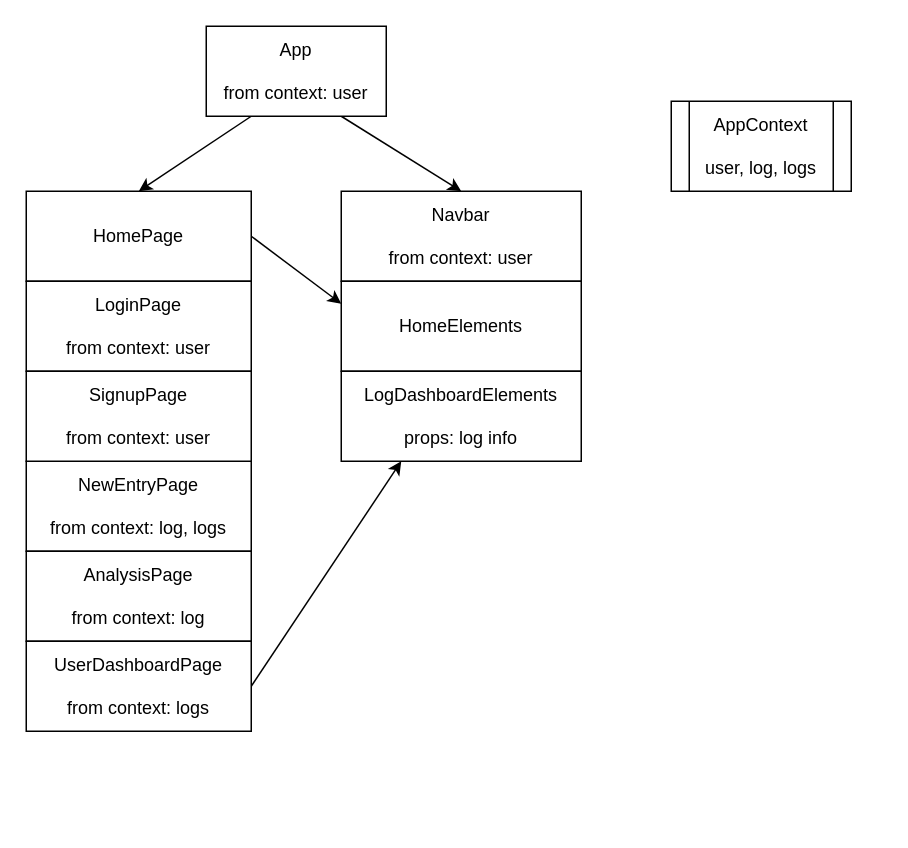
arnquic/mental_state_frontend keeps this draw.io diagram as planningStuff/FrontendComponents.dio. Above is the earlier version. Source tidied: cells renumbered, new cells numbered last; positions are measured from the earlier drawing's top-left corner, leaving out a move shared by most shapes. Both pictures are drawn from the tidied source at 150%, with x=0, y=0 at pixel (26, 26).
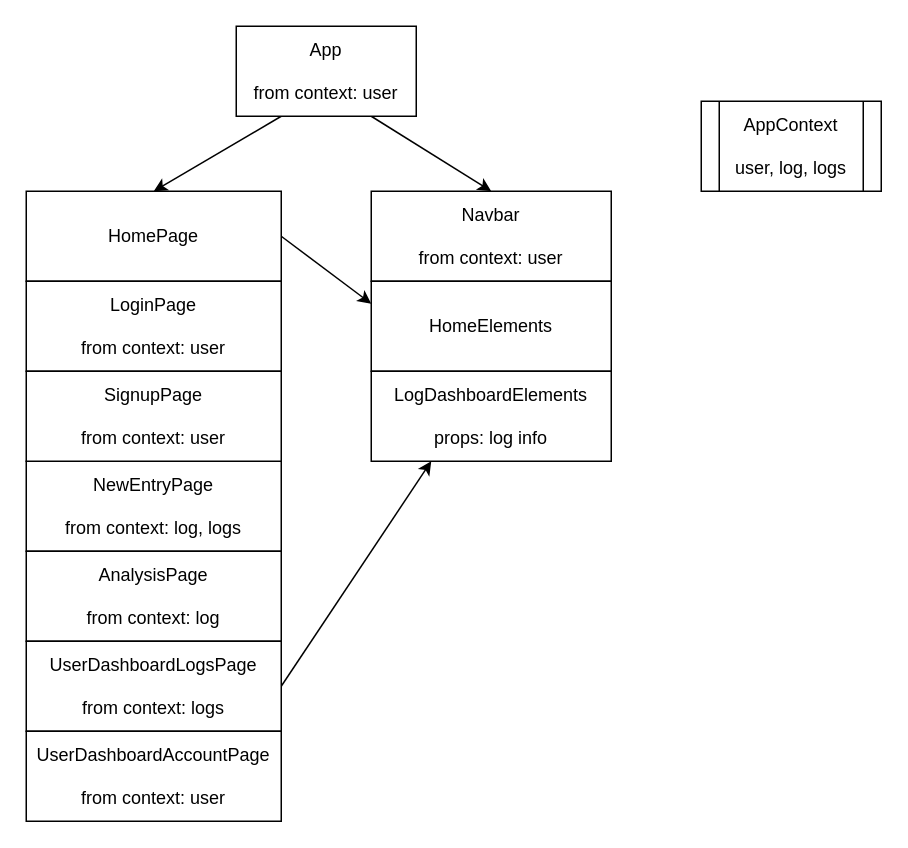
Above is the later version.

Commit message:
Updated 'FrontendComponents.dio' to include the user account page that was added into the wireframes.

Diff of the diagram source:
```diff
@@
 <mxGraphModel>
   <root>
     <mxCell id="0" />
     <mxCell id="1" parent="0" />
     <mxCell id="2" style="edgeStyle=none;html=1;exitX=0.75;exitY=1;exitDx=0;exitDy=0;entryX=0.5;entryY=0;entryDx=0;entryDy=0;" parent="1" edge="1" source="4" target="5">
       <mxGeometry relative="1" as="geometry" />
     </mxCell>
     <mxCell id="3" style="edgeStyle=none;html=1;exitX=0.25;exitY=1;exitDx=0;exitDy=0;entryX=0.5;entryY=0;entryDx=0;entryDy=0;" parent="1" edge="1" source="4" target="7">
       <mxGeometry relative="1" as="geometry" />
     </mxCell>
     <mxCell id="4" value="App&lt;br&gt;&lt;br&gt;from context: user" style="rounded=0;whiteSpace=wrap;html=1;" parent="1" vertex="1">
-      <mxGeometry x="120" width="120" height="60" as="geometry" />
+      <mxGeometry x="140" width="120" height="60" as="geometry" />
     </mxCell>
     <mxCell id="5" value="Navbar&lt;br&gt;&lt;br&gt;from context: user" style="rounded=0;whiteSpace=wrap;html=1;" parent="1" vertex="1">
-      <mxGeometry x="210" y="110" width="160" height="60" as="geometry" />
+      <mxGeometry x="230" y="110" width="160" height="60" as="geometry" />
     </mxCell>
     <mxCell id="6" style="edgeStyle=none;html=1;exitX=1;exitY=0.5;exitDx=0;exitDy=0;entryX=0;entryY=0.25;entryDx=0;entryDy=0;" parent="1" edge="1" source="7" target="13">
       <mxGeometry relative="1" as="geometry" />
     </mxCell>
     <mxCell id="7" value="HomePage" style="rounded=0;whiteSpace=wrap;html=1;" parent="1" vertex="1">
-      <mxGeometry y="110" width="150" height="60" as="geometry" />
+      <mxGeometry y="110" width="170" height="60" as="geometry" />
     </mxCell>
     <mxCell id="8" value="NewEntryPage&lt;br&gt;&lt;br&gt;from context: log, logs" style="rounded=0;whiteSpace=wrap;html=1;" parent="1" vertex="1">
-      <mxGeometry y="290" width="150" height="60" as="geometry" />
+      <mxGeometry y="290" width="170" height="60" as="geometry" />
     </mxCell>
     <mxCell id="9" value="AnalysisPage&lt;br&gt;&lt;br&gt;from context: log" style="rounded=0;whiteSpace=wrap;html=1;" parent="1" vertex="1">
-      <mxGeometry y="350" width="150" height="60" as="geometry" />
+      <mxGeometry y="350" width="170" height="60" as="geometry" />
     </mxCell>
     <mxCell id="10" style="edgeStyle=none;html=1;exitX=1;exitY=0.5;exitDx=0;exitDy=0;entryX=0.25;entryY=1;entryDx=0;entryDy=0;" parent="1" edge="1" source="11" target="16">
       <mxGeometry relative="1" as="geometry" />
     </mxCell>
-    <mxCell id="11" value="UserDashboardPage&lt;br&gt;&lt;br&gt;from context: logs" style="rounded=0;whiteSpace=wrap;html=1;" parent="1" vertex="1">
-      <mxGeometry y="410" width="150" height="60" as="geometry" />
+    <mxCell id="11" value="UserDashboardLogsPage&lt;br&gt;&lt;br&gt;from context: logs" style="rounded=0;whiteSpace=wrap;html=1;" parent="1" vertex="1">
+      <mxGeometry y="410" width="170" height="60" as="geometry" />
     </mxCell>
     <mxCell id="12" value="AppContext&lt;br&gt;&lt;br&gt;user, log, logs" style="shape=process;whiteSpace=wrap;html=1;backgroundOutline=1;" parent="1" vertex="1">
-      <mxGeometry x="430" y="50" width="120" height="60" as="geometry" />
+      <mxGeometry x="450" y="50" width="120" height="60" as="geometry" />
     </mxCell>
     <mxCell id="13" value="HomeElements" style="rounded=0;whiteSpace=wrap;html=1;" parent="1" vertex="1">
-      <mxGeometry x="210" y="170" width="160" height="60" as="geometry" />
+      <mxGeometry x="230" y="170" width="160" height="60" as="geometry" />
     </mxCell>
     <mxCell id="14" value="LoginPage&lt;br&gt;&lt;br&gt;from context: user" style="rounded=0;whiteSpace=wrap;html=1;" parent="1" vertex="1">
-      <mxGeometry y="170" width="150" height="60" as="geometry" />
+      <mxGeometry y="170" width="170" height="60" as="geometry" />
     </mxCell>
     <mxCell id="15" value="SignupPage&lt;br&gt;&lt;br&gt;from context: user" style="rounded=0;whiteSpace=wrap;html=1;" parent="1" vertex="1">
-      <mxGeometry y="230" width="150" height="60" as="geometry" />
+      <mxGeometry y="230" width="170" height="60" as="geometry" />
     </mxCell>
     <mxCell id="16" value="LogDashboardElements&lt;br&gt;&lt;br&gt;props: log info" style="rounded=0;whiteSpace=wrap;html=1;" parent="1" vertex="1">
-      <mxGeometry x="210" y="230" width="160" height="60" as="geometry" />
+      <mxGeometry x="230" y="230" width="160" height="60" as="geometry" />
     </mxCell>
+    <mxCell id="17" value="UserDashboardAccountPage&lt;br&gt;&lt;br&gt;from context: user" style="rounded=0;whiteSpace=wrap;html=1;" parent="1" vertex="1">
+      <mxGeometry y="470" width="170" height="60" as="geometry" />
+    </mxCell>
   </root>
 </mxGraphModel>
```
